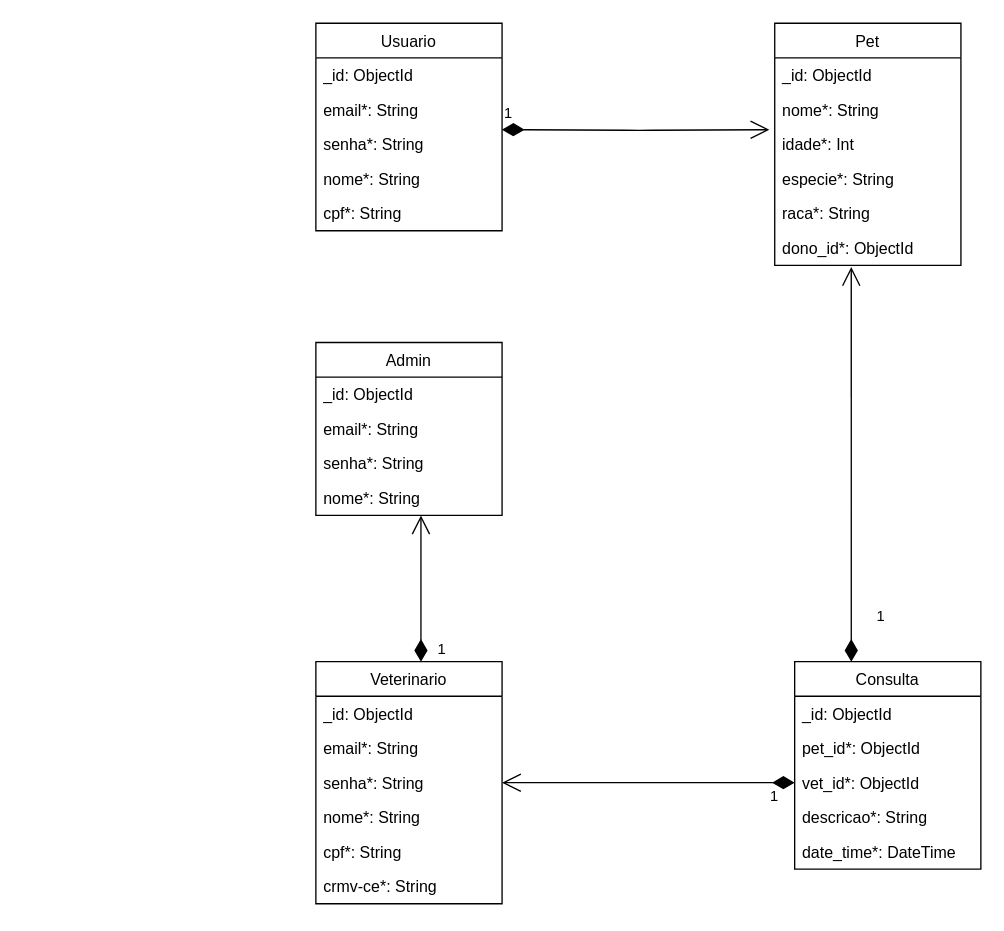
This is noam.drawio from FatecFranca/DSM-G03-PI3-2023-1, a draw.io file, before an edit. Source tidied: cells renumbered, new cells numbered last; positions are measured from the earlier drawing's top-left corner, leaving out a move shared by most shapes. Both pictures are drawn from the tidied source at 133%, with x=0, y=0 at pixel (315, 23).
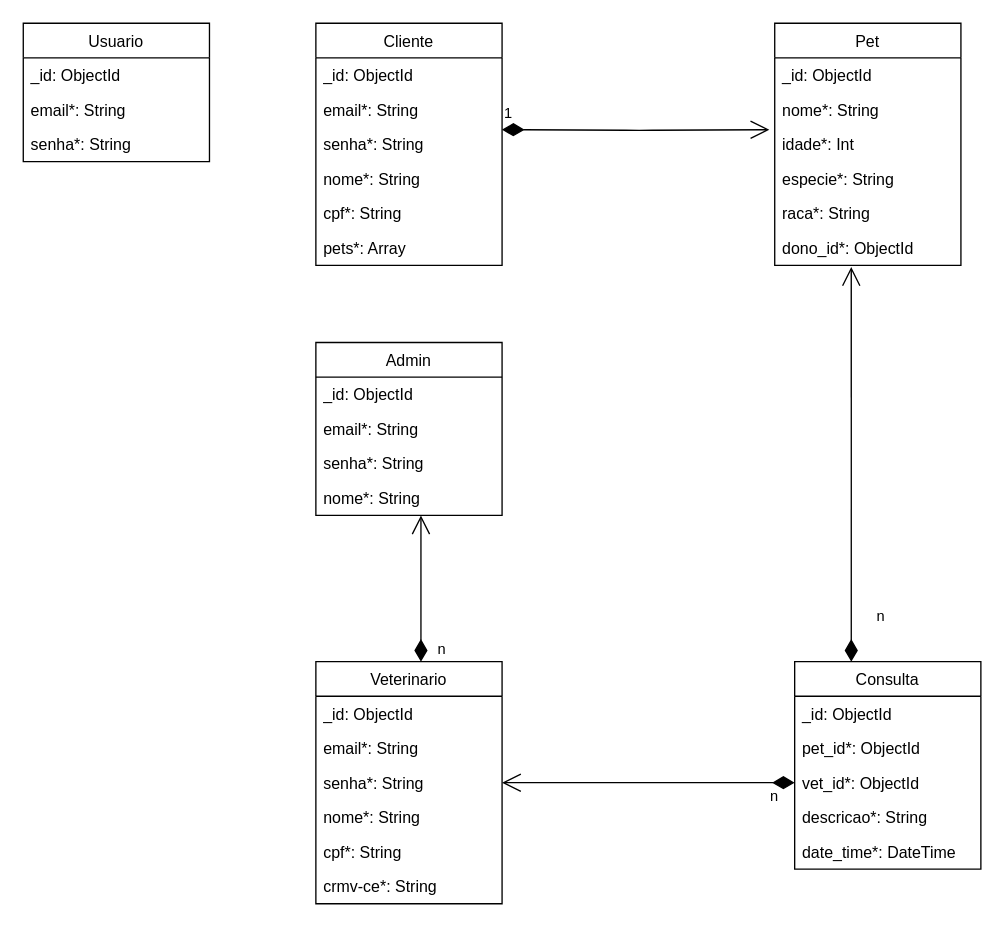
Above is the later version.

The change refers to these unchanged cells:
```xml
<mxCell id="14" value="dono_id*: ObjectId" style="text;strokeColor=none;fillColor=none;align=left;verticalAlign=top;spacingLeft=4;spacingRight=4;overflow=hidden;points=[[0,0.5],[1,0.5]];portConstraint=eastwest;" parent="8" vertex="1">
  <mxGeometry y="156" width="140" height="26" as="geometry" />
</mxCell>
<mxCell id="16" value="Consulta" style="swimlane;fontStyle=0;horizontal=1;startSize=26;fillColor=none;" parent="1" vertex="1">
  <mxGeometry x="360" y="480" width="140" height="156" as="geometry" />
</mxCell>
<mxCell id="19" value="vet_id*: ObjectId" style="text;strokeColor=none;fillColor=none;align=left;verticalAlign=top;spacingLeft=4;spacingRight=4;overflow=hidden;points=[[0,0.5],[1,0.5]];portConstraint=eastwest;" parent="16" vertex="1">
  <mxGeometry y="78" width="140" height="26" as="geometry" />
</mxCell>
<mxCell id="32" value="senha*: String" style="text;strokeColor=none;fillColor=none;align=left;verticalAlign=top;spacingLeft=4;spacingRight=4;overflow=hidden;points=[[0,0.5],[1,0.5]];portConstraint=eastwest;" parent="29" vertex="1">
  <mxGeometry y="78" width="140" height="26" as="geometry" />
</mxCell>
```

What changed in the source:
```diff
@@
-    <mxCell id="2" value="Usuario" style="swimlane;fontStyle=0;horizontal=1;startSize=26;fillColor=none;" parent="1" vertex="1">
-      <mxGeometry width="140" height="156" as="geometry" />
+    <mxCell id="2" value="Cliente" style="swimlane;fontStyle=0;horizontal=1;startSize=26;fillColor=none;" parent="1" vertex="1">
+      <mxGeometry width="140" height="182" as="geometry" />
     </mxCell>
@@
+    <mxCell id="37" value="pets*: Array" style="text;strokeColor=none;fillColor=none;align=left;verticalAlign=top;spacingLeft=4;spacingRight=4;overflow=hidden;" parent="2" vertex="1">
+      <mxGeometry y="156" width="140" height="26" as="geometry" />
+    </mxCell>
@@
-    <mxCell id="22" value="1" style="endArrow=open;html=1;endSize=12;startArrow=diamondThin;startSize=14;startFill=1;align=left;verticalAlign=bottom;entryX=0.411;entryY=1.046;entryDx=0;entryDy=0;entryPerimeter=0;exitX=0.304;exitY=0;exitDx=0;exitDy=0;exitPerimeter=0;" parent="1" edge="1" source="16" target="14">
+    <mxCell id="22" value="n" style="endArrow=open;html=1;endSize=12;startArrow=diamondThin;startSize=14;startFill=1;align=left;verticalAlign=bottom;entryX=0.411;entryY=1.046;entryDx=0;entryDy=0;entryPerimeter=0;exitX=0.304;exitY=0;exitDx=0;exitDy=0;exitPerimeter=0;" parent="1" edge="1" source="16" target="14">
       <mxGeometry x="-0.83" y="-17" relative="1" as="geometry" />
     </mxCell>
@@
-    <mxCell id="28" value="1" style="endArrow=open;html=1;endSize=12;startArrow=diamondThin;startSize=14;startFill=1;align=left;verticalAlign=bottom;" parent="1" edge="1">
+    <mxCell id="28" value="n" style="endArrow=open;html=1;endSize=12;startArrow=diamondThin;startSize=14;startFill=1;align=left;verticalAlign=bottom;" parent="1" edge="1">
       <mxGeometry x="-1" y="-11" relative="1" as="geometry">
         <mxPoint x="79" y="480" as="sourcePoint" />
         <mxPoint x="79" y="370" as="targetPoint" />
       </mxGeometry>
     </mxCell>
@@
-    <mxCell id="36" value="1" style="endArrow=open;html=1;endSize=12;startArrow=diamondThin;startSize=14;startFill=1;edgeStyle=orthogonalEdgeStyle;align=left;verticalAlign=bottom;entryX=1;entryY=0.5;entryDx=0;entryDy=0;exitX=0;exitY=0.5;exitDx=0;exitDy=0;" parent="1" edge="1" source="19" target="32">
+    <mxCell id="36" value="n" style="endArrow=open;html=1;endSize=12;startArrow=diamondThin;startSize=14;startFill=1;edgeStyle=orthogonalEdgeStyle;align=left;verticalAlign=bottom;entryX=1;entryY=0.5;entryDx=0;entryDy=0;exitX=0;exitY=0.5;exitDx=0;exitDy=0;" parent="1" edge="1" source="19" target="32">
       <mxGeometry x="-0.82" y="19" relative="1" as="geometry" />
     </mxCell>
+    <mxCell id="38" value="Usuario" style="swimlane;fontStyle=0;horizontal=1;startSize=26;fillColor=none;" parent="1" vertex="1">
+      <mxGeometry x="-220" width="140" height="104" as="geometry" />
+    </mxCell>
+    <mxCell id="39" value="_id: ObjectId" style="text;strokeColor=none;fillColor=none;align=left;verticalAlign=top;spacingLeft=4;spacingRight=4;overflow=hidden;" parent="38" vertex="1">
+      <mxGeometry y="26" width="140" height="26" as="geometry" />
+    </mxCell>
+    <mxCell id="40" value="email*: String" style="text;strokeColor=none;fillColor=none;align=left;verticalAlign=top;spacingLeft=4;spacingRight=4;overflow=hidden;" parent="38" vertex="1">
+      <mxGeometry y="52" width="140" height="26" as="geometry" />
+    </mxCell>
+    <mxCell id="41" value="senha*: String" style="text;strokeColor=none;fillColor=none;align=left;verticalAlign=top;spacingLeft=4;spacingRight=4;overflow=hidden;" parent="38" vertex="1">
+      <mxGeometry y="78" width="140" height="26" as="geometry" />
+    </mxCell>
```
